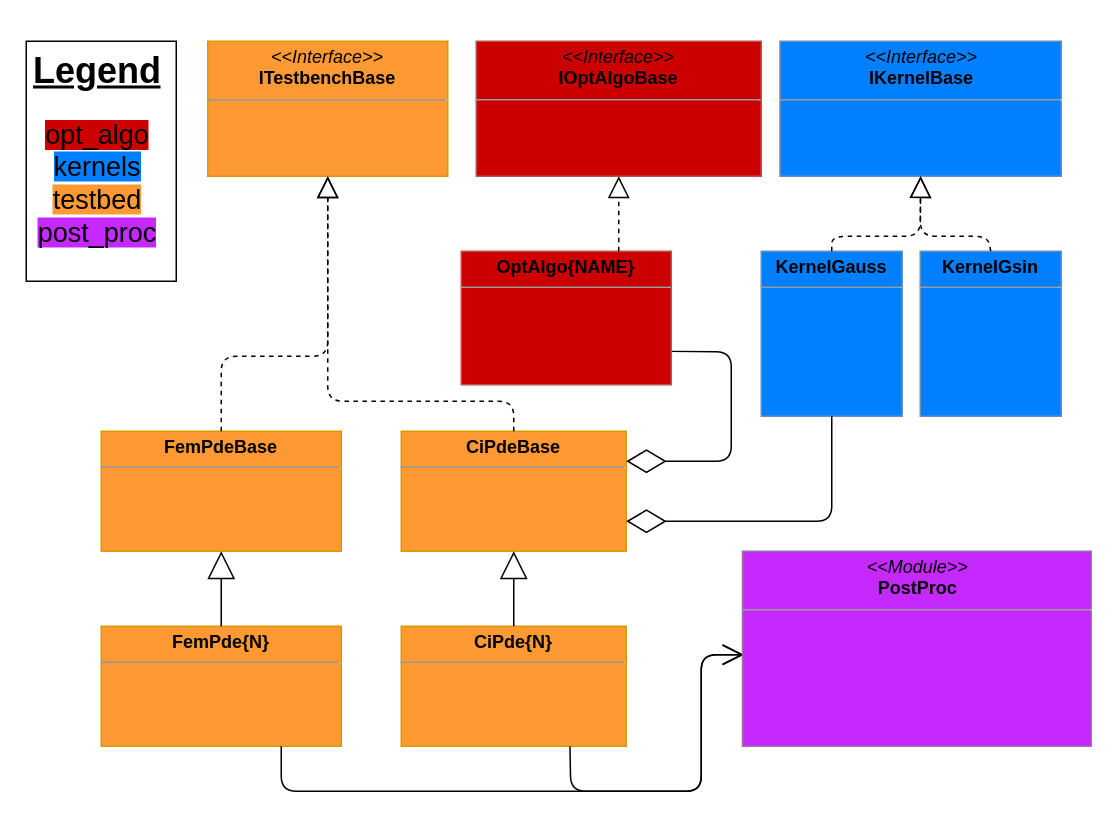
This is code/uml_diag/testbench_uml_class_small.drawio from nicolai-schwartze/Masterthesis, a draw.io file, before an edit. Source tidied: cells renumbered, new cells numbered last; positions are measured from the earlier drawing's top-left corner, leaving out a move shared by most shapes. Both pictures are drawn from the tidied source at 150%, with x=0, y=0 at pixel (26, 40).
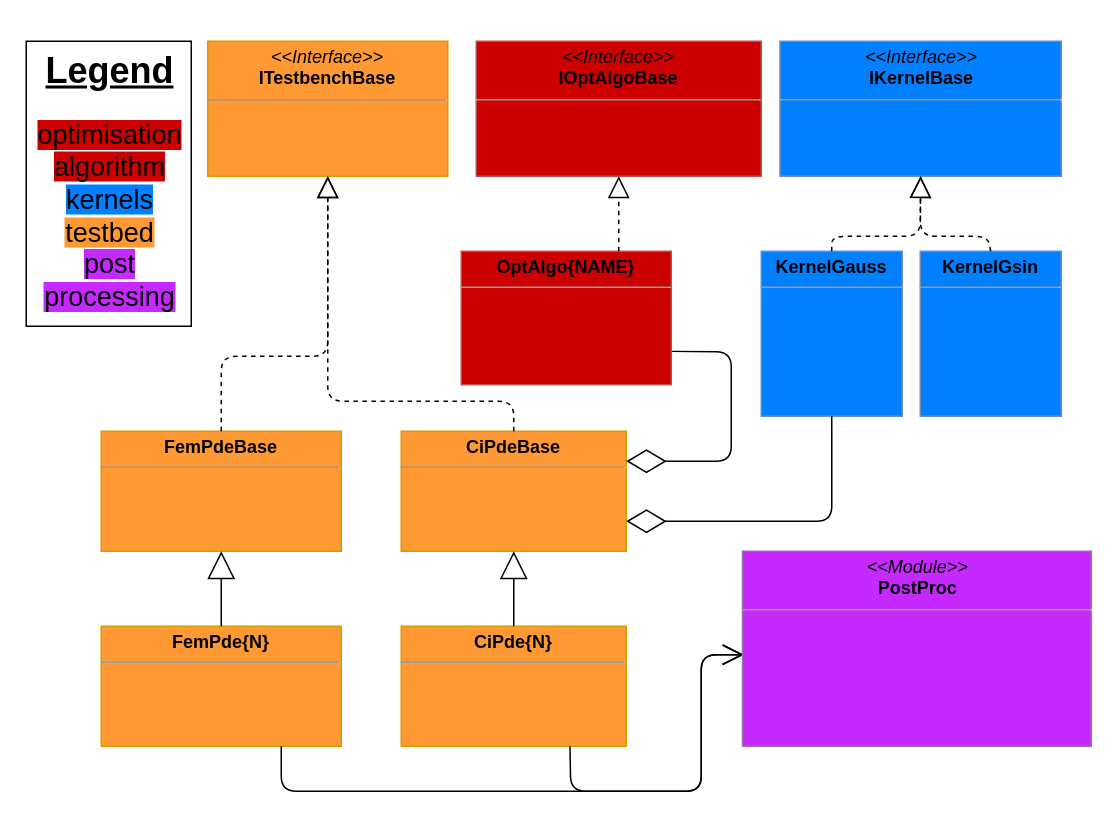
The same diagram, later.

The edit, as a diff of the source:
```diff
@@
-    <mxCell id="18" value="&lt;h1 align=&quot;center&quot;&gt;&lt;u&gt;Legend&lt;/u&gt;&lt;br&gt;&lt;/h1&gt;&lt;p style=&quot;font-size: 18px&quot; align=&quot;center&quot;&gt;&lt;span style=&quot;background-color: rgb(204 , 0 , 0)&quot;&gt;opt_algo&lt;/span&gt;&lt;br&gt;&lt;span style=&quot;background-color: rgb(0 , 127 , 255)&quot;&gt;kernels&lt;/span&gt;&lt;br&gt;&lt;span style=&quot;background-color: rgb(255 , 153 , 51)&quot;&gt;testbed&lt;/span&gt;&lt;br&gt;&lt;span style=&quot;background-color: rgb(198 , 41 , 255)&quot;&gt;post_proc&lt;/span&gt;&lt;br&gt;&lt;/p&gt;" style="text;html=1;strokeColor=#000000;fillColor=none;spacing=5;spacingTop=-20;whiteSpace=wrap;overflow=hidden;rounded=0;" parent="1" vertex="1">
-      <mxGeometry width="100" height="160" as="geometry" />
+    <mxCell id="18" value="&lt;h1 align=&quot;center&quot;&gt;&lt;u&gt;Legend&lt;/u&gt;&lt;br&gt;&lt;/h1&gt;&lt;p style=&quot;font-size: 18px&quot; align=&quot;center&quot;&gt;&lt;span style=&quot;background-color: rgb(204 , 0 , 0)&quot;&gt;optimisation&lt;/span&gt;&lt;span style=&quot;background-color: rgb(204 , 0 , 0)&quot;&gt;&lt;br&gt;algorithm&lt;/span&gt;&lt;br&gt;&lt;span style=&quot;background-color: rgb(0 , 127 , 255)&quot;&gt;kernels&lt;/span&gt;&lt;br&gt;&lt;span style=&quot;background-color: rgb(255 , 153 , 51)&quot;&gt;testbed&lt;/span&gt;&lt;br&gt;&lt;span style=&quot;background-color: rgb(198 , 41 , 255)&quot;&gt;post processing&lt;/span&gt;&lt;br&gt;&lt;/p&gt;" style="text;html=1;strokeColor=#000000;fillColor=none;spacing=5;spacingTop=-20;whiteSpace=wrap;overflow=hidden;rounded=0;" parent="1" vertex="1">
+      <mxGeometry width="110" height="190" as="geometry" />
     </mxCell>
```
